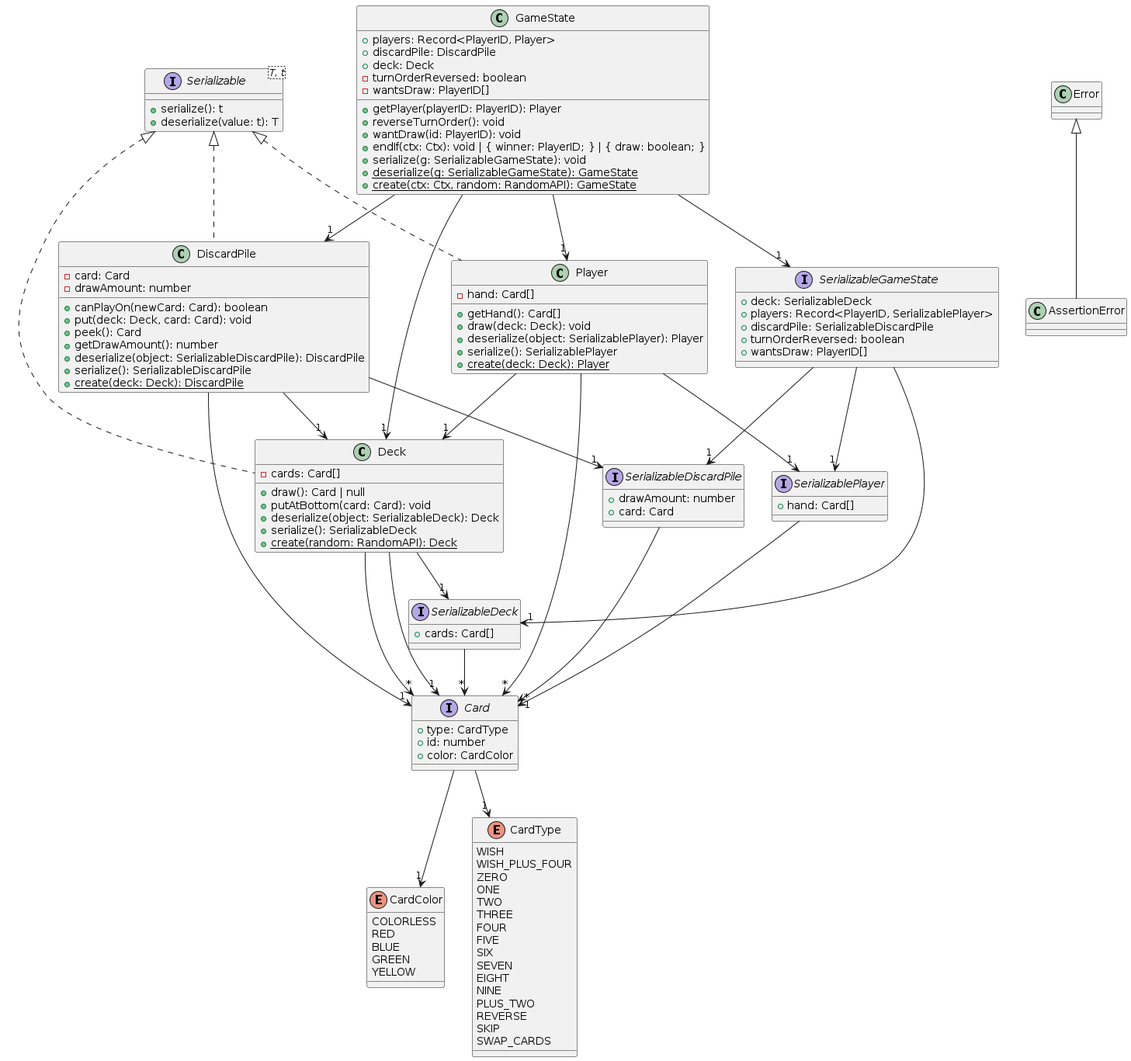
Before: docs/class_diagram.png, a diagram exported from PlantUML (oskardotglobal/dos).
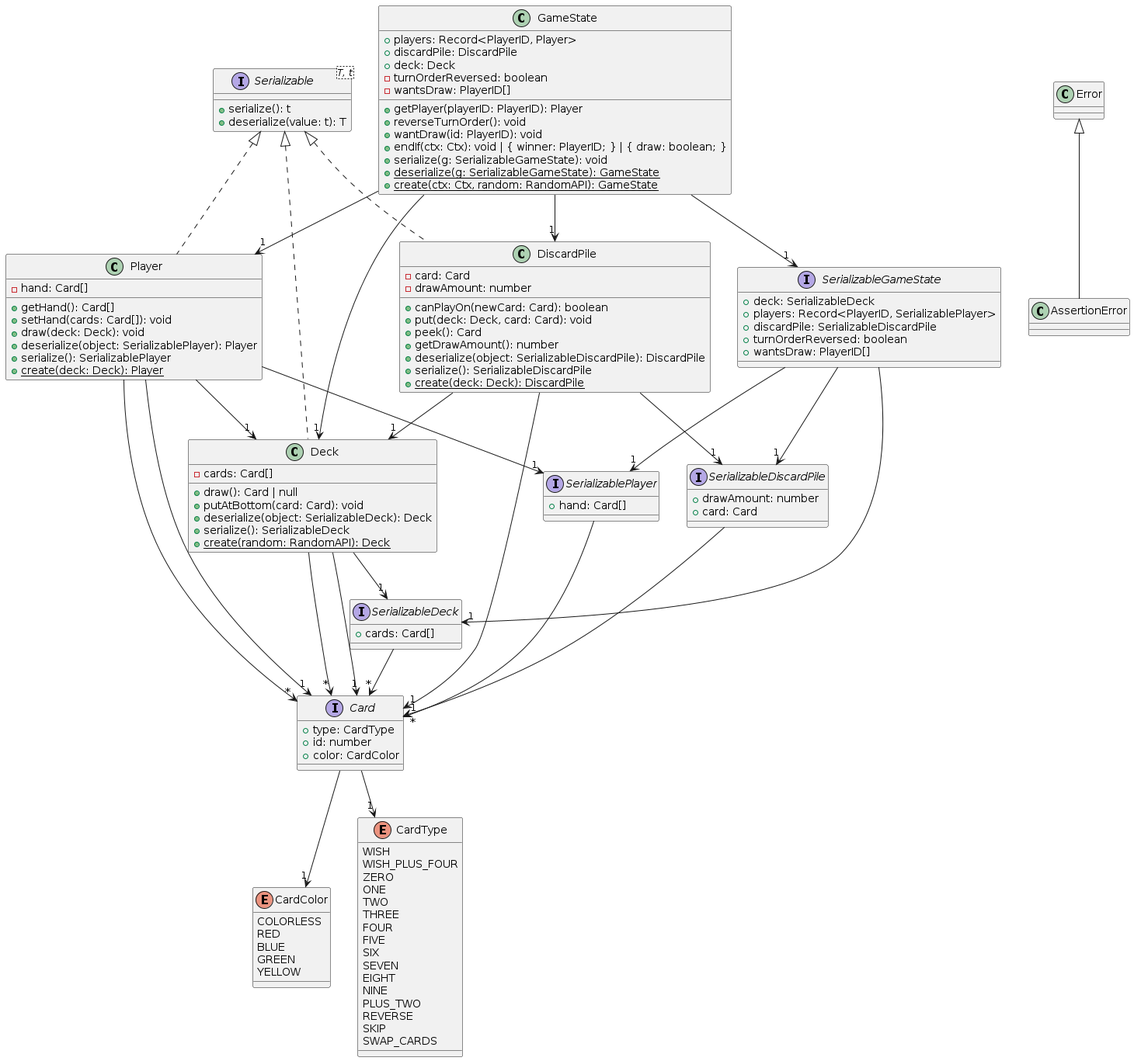
Above is the later version.

Commit message:
Update class diagram

Diff of the diagram source:
```diff
@@ -34,6 +34,7 @@
 class Player implements Serializable {
     -hand: Card[]
     +getHand(): Card[]
+    +setHand(cards: Card[]): void
     +draw(deck: Deck): void
     +deserialize(object: SerializablePlayer): Player
     +serialize(): SerializablePlayer
@@ -96,6 +97,7 @@
 Card --> "1" CardType
 Card --> "1" CardColor
 Player --> "*" Card
+Player --> "1" Card
 Player --> "1" Deck
 Player --> "1" SerializablePlayer
 SerializablePlayer --> "*" Card
```
